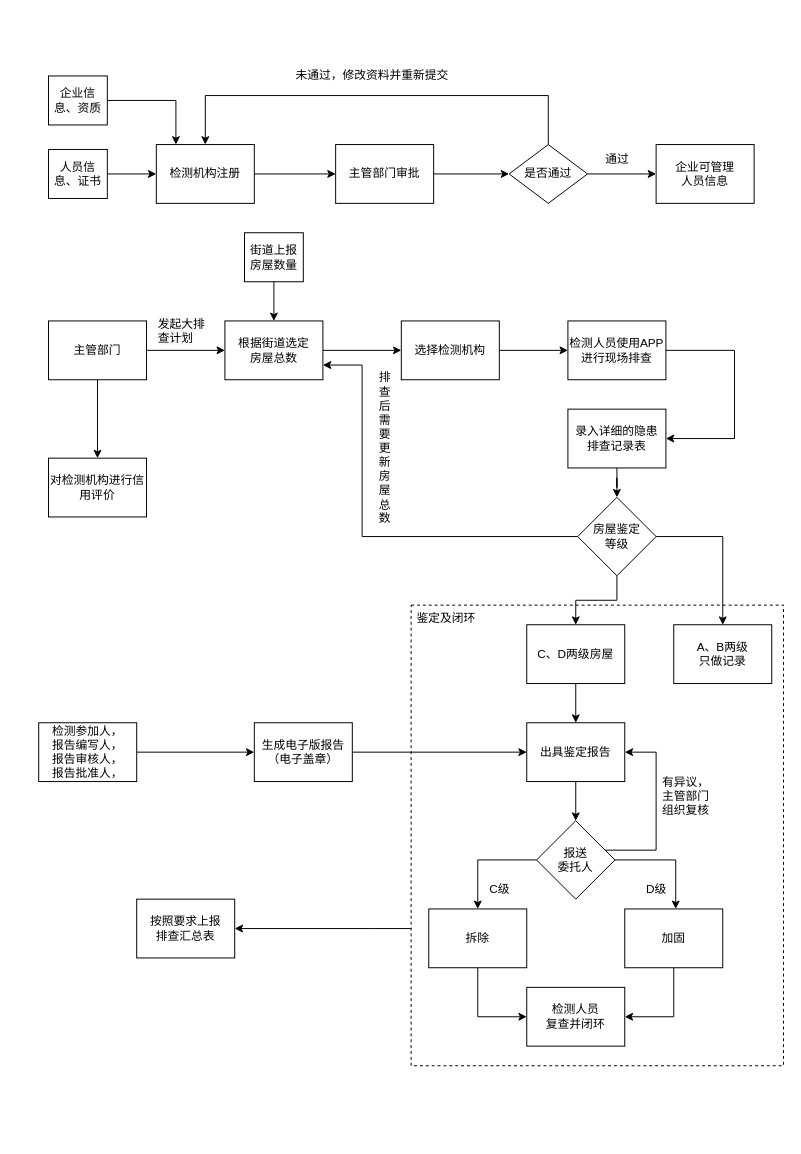
The draw.io diagram inspect/房屋安全鉴定管理系统.drawio in Napoleon1234/Draw, before the edit. Source tidied: cells renumbered, new cells numbered last; positions are measured from the earlier drawing's top-left corner, leaving out a move shared by most shapes. Both pictures are drawn from the tidied source at 98%, with x=0, y=0 at pixel (38, 66).
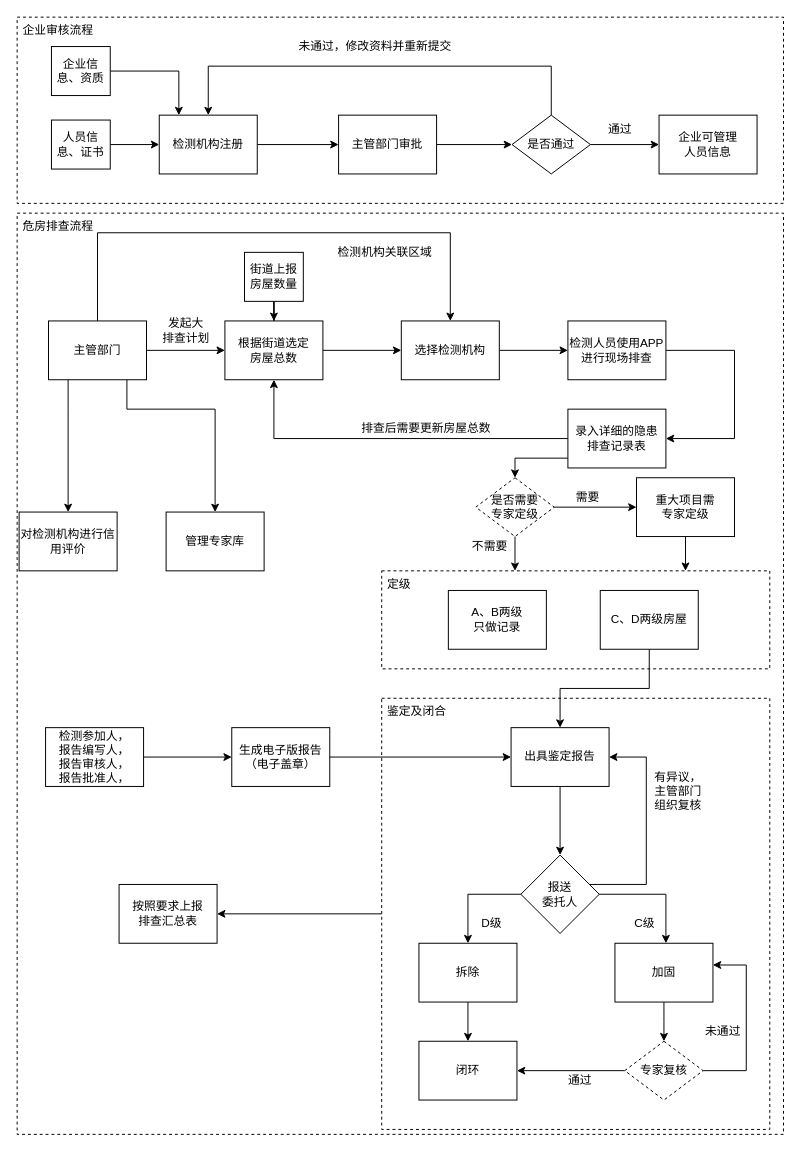
After the change.

Unchanged cells that the change refers to:
```xml
<mxCell id="18" value="主管部门" style="rounded=0;whiteSpace=wrap;html=1;" parent="1" vertex="1">
  <mxGeometry x="10" y="260" width="100" height="60" as="geometry" />
</mxCell>
<mxCell id="20" value="根据街道选定&lt;br&gt;房屋总数" style="rounded=0;whiteSpace=wrap;html=1;" parent="1" vertex="1">
  <mxGeometry x="190" y="260" width="100" height="60" as="geometry" />
</mxCell>
<mxCell id="24" value="选择检测机构" style="rounded=0;whiteSpace=wrap;html=1;" parent="1" vertex="1">
  <mxGeometry x="370" y="260" width="100" height="60" as="geometry" />
</mxCell>
<mxCell id="28" value="录入详细的隐患&lt;br&gt;排查记录表" style="rounded=0;whiteSpace=wrap;html=1;" parent="1" vertex="1">
  <mxGeometry x="540" y="350" width="100" height="60" as="geometry" />
</mxCell>
```

Change to the diagram source:
```diff
@@
     <mxCell id="3" value="检测机构注册" style="rounded=0;whiteSpace=wrap;html=1;" parent="1" vertex="1">
-      <mxGeometry x="120" y="80" width="100" height="60" as="geometry" />
+      <mxGeometry x="123" y="50" width="100" height="60" as="geometry" />
     </mxCell>
     <mxCell id="4" style="edgeStyle=orthogonalEdgeStyle;rounded=0;jettySize=auto;html=1;" parent="1" edge="1" source="5" target="3">
       <mxGeometry relative="1" as="geometry">
         <Array as="points">
-          <mxPoint x="140" y="35" />
+          <mxPoint x="143" y="5" />
         </Array>
       </mxGeometry>
     </mxCell>
     <mxCell id="5" value="企业信息、资质" style="rounded=0;whiteSpace=wrap;html=1;" parent="1" vertex="1">
-      <mxGeometry x="10" y="10" width="60" height="50" as="geometry" />
+      <mxGeometry x="13" y="-20" width="60" height="50" as="geometry" />
     </mxCell>
@@
     <mxCell id="7" value="人员信息、证书" style="rounded=0;whiteSpace=wrap;html=1;" parent="1" vertex="1">
-      <mxGeometry x="10" y="85" width="60" height="50" as="geometry" />
+      <mxGeometry x="13" y="55" width="60" height="50" as="geometry" />
     </mxCell>
@@
     <mxCell id="9" value="主管部门审批" style="rounded=0;whiteSpace=wrap;html=1;" parent="1" vertex="1">
-      <mxGeometry x="303" y="80" width="100" height="60" as="geometry" />
+      <mxGeometry x="306" y="50" width="100" height="60" as="geometry" />
     </mxCell>
     <mxCell id="10" style="edgeStyle=orthogonalEdgeStyle;rounded=0;jettySize=auto;html=1;entryX=0.5;entryY=0;entryDx=0;entryDy=0;" parent="1" edge="1" source="12" target="3">
       <mxGeometry relative="1" as="geometry">
         <Array as="points">
-          <mxPoint x="520" y="30" />
-          <mxPoint x="170" y="30" />
+          <mxPoint x="523" />
+          <mxPoint x="173" />
         </Array>
       </mxGeometry>
     </mxCell>
@@
     <mxCell id="12" value="是否通过" style="rhombus;whiteSpace=wrap;html=1;" parent="1" vertex="1">
-      <mxGeometry x="480" y="80" width="80" height="60" as="geometry" />
+      <mxGeometry x="483" y="50" width="80" height="60" as="geometry" />
     </mxCell>
     <mxCell id="13" value="未通过，修改资料并重新提交" style="text;html=1;align=center;verticalAlign=middle;fillColor=none;strokeColor=none;rounded=0;" parent="1" vertex="1">
-      <mxGeometry x="255" width="170" height="20" as="geometry" />
+      <mxGeometry x="258" y="-30" width="170" height="20" as="geometry" />
     </mxCell>
     <mxCell id="14" value="企业可管理&lt;br&gt;人员信息" style="rounded=0;whiteSpace=wrap;html=1;" parent="1" vertex="1">
-      <mxGeometry x="630" y="80" width="100" height="60" as="geometry" />
+      <mxGeometry x="633" y="50" width="100" height="60" as="geometry" />
     </mxCell>
     <mxCell id="15" value="通过" style="text;html=1;align=center;verticalAlign=middle;fillColor=none;strokeColor=none;rounded=0;" parent="1" vertex="1">
-      <mxGeometry x="570" y="85" width="40" height="20" as="geometry" />
+      <mxGeometry x="573" y="55" width="40" height="20" as="geometry" />
     </mxCell>
@@
     <mxCell id="17" style="edgeStyle=orthogonalEdgeStyle;rounded=0;jettySize=auto;html=1;" parent="1" edge="1" source="18" target="54">
-      <mxGeometry relative="1" as="geometry" />
+      <mxGeometry relative="1" as="geometry">
+        <Array as="points">
+          <mxPoint x="30" y="350" />
+          <mxPoint x="30" y="350" />
+        </Array>
+      </mxGeometry>
     </mxCell>
+    <mxCell id="60" style="edgeStyle=orthogonalEdgeStyle;rounded=0;jettySize=auto;html=1;entryX=0.5;entryY=0;entryDx=0;entryDy=0;" parent="1" edge="1" source="18" target="65">
+      <mxGeometry relative="1" as="geometry">
+        <Array as="points">
+          <mxPoint x="90" y="350" />
+          <mxPoint x="180" y="350" />
+        </Array>
+      </mxGeometry>
+    </mxCell>
+    <mxCell id="61" style="edgeStyle=orthogonalEdgeStyle;rounded=0;jettySize=auto;html=1;entryX=0.5;entryY=0;entryDx=0;entryDy=0;" parent="1" edge="1" source="18" target="24">
+      <mxGeometry relative="1" as="geometry">
+        <Array as="points">
+          <mxPoint x="60" y="170" />
+          <mxPoint x="420" y="170" />
+        </Array>
+      </mxGeometry>
+    </mxCell>
@@
     <mxCell id="22" value="街道上报房屋数量" style="rounded=0;whiteSpace=wrap;html=1;" parent="1" vertex="1">
-      <mxGeometry x="210" y="170" width="60" height="50" as="geometry" />
+      <mxGeometry x="210" y="190" width="60" height="50" as="geometry" />
     </mxCell>
@@
-    <mxCell id="27" style="edgeStyle=orthogonalEdgeStyle;rounded=0;jettySize=auto;html=1;" parent="1" edge="1" source="28" target="32">
-      <mxGeometry relative="1" as="geometry" />
-    </mxCell>
+    <mxCell id="62" style="edgeStyle=orthogonalEdgeStyle;rounded=0;jettySize=auto;html=1;entryX=0.5;entryY=1;entryDx=0;entryDy=0;" parent="1" edge="1" source="28" target="20">
+      <mxGeometry relative="1" as="geometry" />
+    </mxCell>
+    <mxCell id="63" style="edgeStyle=orthogonalEdgeStyle;rounded=0;jettySize=auto;html=1;entryX=0.5;entryY=0;entryDx=0;entryDy=0;" parent="1" edge="1" source="28" target="76">
+      <mxGeometry relative="1" as="geometry">
+        <Array as="points">
+          <mxPoint x="486" y="400" />
+        </Array>
+      </mxGeometry>
+    </mxCell>
@@
-    <mxCell id="29" style="edgeStyle=orthogonalEdgeStyle;rounded=0;jettySize=auto;html=1;" parent="1" edge="1" source="32" target="33">
-      <mxGeometry relative="1" as="geometry" />
-    </mxCell>
-    <mxCell id="30" style="edgeStyle=orthogonalEdgeStyle;rounded=0;jettySize=auto;html=1;entryX=1;entryY=0.75;entryDx=0;entryDy=0;" parent="1" edge="1" source="32" target="20">
-      <mxGeometry relative="1" as="geometry">
-        <Array as="points">
-          <mxPoint x="330" y="480" />
-          <mxPoint x="330" y="305" />
-        </Array>
-      </mxGeometry>
-    </mxCell>
-    <mxCell id="31" style="edgeStyle=orthogonalEdgeStyle;rounded=0;jettySize=auto;html=1;entryX=0.5;entryY=0;entryDx=0;entryDy=0;" parent="1" edge="1" source="32" target="35">
-      <mxGeometry relative="1" as="geometry" />
-    </mxCell>
-    <mxCell id="32" value="房屋鉴定&lt;br&gt;等级" style="rhombus;whiteSpace=wrap;html=1;" parent="1" vertex="1">
-      <mxGeometry x="550" y="440" width="80" height="80" as="geometry" />
-    </mxCell>
     <mxCell id="33" value="A、B两级&lt;br&gt;只做记录" style="rounded=0;whiteSpace=wrap;html=1;" parent="1" vertex="1">
-      <mxGeometry x="648" y="570" width="100" height="60" as="geometry" />
+      <mxGeometry x="418" y="535" width="100" height="60" as="geometry" />
     </mxCell>
@@
     <mxCell id="35" value="C、D两级房屋" style="rounded=0;whiteSpace=wrap;html=1;" parent="1" vertex="1">
-      <mxGeometry x="498" y="570" width="100" height="60" as="geometry" />
+      <mxGeometry x="573" y="535" width="100" height="60" as="geometry" />
     </mxCell>
@@
     <mxCell id="37" value="出具鉴定报告" style="rounded=0;whiteSpace=wrap;html=1;" parent="1" vertex="1">
-      <mxGeometry x="498" y="670" width="100" height="60" as="geometry" />
+      <mxGeometry x="482" y="675" width="100" height="60" as="geometry" />
     </mxCell>
-    <mxCell id="38" style="edgeStyle=orthogonalEdgeStyle;rounded=0;jettySize=auto;html=1;entryX=0;entryY=0.5;entryDx=0;entryDy=0;" parent="1" edge="1" source="39" target="44">
+    <mxCell id="38" style="edgeStyle=orthogonalEdgeStyle;rounded=0;jettySize=auto;html=1;" parent="1" edge="1" source="39" target="44">
       <mxGeometry relative="1" as="geometry" />
     </mxCell>
     <mxCell id="39" value="拆除" style="rounded=0;whiteSpace=wrap;html=1;" parent="1" vertex="1">
-      <mxGeometry x="398" y="860" width="100" height="60" as="geometry" />
+      <mxGeometry x="388" y="895" width="100" height="60" as="geometry" />
     </mxCell>
-    <mxCell id="40" style="edgeStyle=orthogonalEdgeStyle;rounded=0;jettySize=auto;html=1;entryX=1;entryY=0.5;entryDx=0;entryDy=0;" parent="1" edge="1" source="41" target="44">
-      <mxGeometry relative="1" as="geometry" />
-    </mxCell>
+    <mxCell id="64" style="edgeStyle=orthogonalEdgeStyle;rounded=0;jettySize=auto;html=1;" parent="1" edge="1" source="41">
+      <mxGeometry relative="1" as="geometry">
+        <mxPoint x="638" y="995" as="targetPoint" />
+      </mxGeometry>
+    </mxCell>
     <mxCell id="41" value="加固" style="rounded=0;whiteSpace=wrap;html=1;" parent="1" vertex="1">
-      <mxGeometry x="598" y="860" width="100" height="60" as="geometry" />
+      <mxGeometry x="588" y="895" width="100" height="60" as="geometry" />
     </mxCell>
     <mxCell id="42" value="C级" style="text;html=1;align=center;verticalAlign=middle;fillColor=none;strokeColor=none;rounded=0;" parent="1" vertex="1">
-      <mxGeometry x="450" y="830" width="40" height="20" as="geometry" />
+      <mxGeometry x="598" y="865" width="40" height="20" as="geometry" />
     </mxCell>
     <mxCell id="43" value="D级" style="text;html=1;align=center;verticalAlign=middle;fillColor=none;strokeColor=none;rounded=0;" parent="1" vertex="1">
-      <mxGeometry x="610" y="830" width="40" height="20" as="geometry" />
+      <mxGeometry x="442" y="865" width="40" height="20" as="geometry" />
     </mxCell>
-    <mxCell id="44" value="检测人员&lt;br&gt;复查并闭环" style="rounded=0;whiteSpace=wrap;html=1;" parent="1" vertex="1">
-      <mxGeometry x="498" y="940" width="100" height="60" as="geometry" />
+    <mxCell id="44" value="闭环" style="rounded=0;whiteSpace=wrap;html=1;" parent="1" vertex="1">
+      <mxGeometry x="388" y="995" width="100" height="60" as="geometry" />
     </mxCell>
-    <mxCell id="45" value="排&lt;br&gt;查&lt;br&gt;后&lt;br&gt;需&lt;br&gt;要&lt;br&gt;更&lt;br&gt;新&lt;br&gt;房&lt;br&gt;屋&lt;br&gt;总&lt;br&gt;数" style="text;html=1;align=center;verticalAlign=middle;fillColor=none;strokeColor=none;rounded=0;rotation=0;" parent="1" vertex="1">
-      <mxGeometry x="338" y="310" width="30" height="160" as="geometry" />
+    <mxCell id="45" value="排查后需要更新房屋总数" style="text;html=1;align=center;verticalAlign=middle;fillColor=none;strokeColor=none;rounded=0;rotation=0;" parent="1" vertex="1">
+      <mxGeometry x="320" y="360" width="150" height="20" as="geometry" />
     </mxCell>
-    <mxCell id="46" style="edgeStyle=orthogonalEdgeStyle;rounded=0;jettySize=auto;html=1;" parent="1" edge="1" source="47" target="59">
-      <mxGeometry relative="1" as="geometry">
-        <Array as="points">
-          <mxPoint x="340" y="880" />
-          <mxPoint x="340" y="880" />
-        </Array>
-      </mxGeometry>
-    </mxCell>
-    <mxCell id="47" value="鉴定及闭环" style="text;strokeColor=default;fillColor=none;align=left;verticalAlign=top;spacingLeft=4;spacingRight=4;overflow=hidden;points=[[0,0.5],[1,0.5]];portConstraint=eastwest;dashed=1;" parent="1" vertex="1">
-      <mxGeometry x="380" y="550" width="380" height="470" as="geometry" />
+    <mxCell id="47" value="定级" style="text;strokeColor=default;fillColor=none;align=left;verticalAlign=top;spacingLeft=4;spacingRight=4;overflow=hidden;points=[[0,0.5],[1,0.5]];portConstraint=eastwest;dashed=1;" parent="1" vertex="1">
+      <mxGeometry x="350" y="515" width="396" height="100" as="geometry" />
     </mxCell>
     <mxCell id="48" style="edgeStyle=orthogonalEdgeStyle;rounded=0;jettySize=auto;html=1;entryX=1;entryY=0.5;entryDx=0;entryDy=0;" parent="1" edge="1" source="51" target="37">
       <mxGeometry relative="1" as="geometry">
         <Array as="points">
-          <mxPoint x="630" y="800" />
-          <mxPoint x="630" y="700" />
+          <mxPoint x="620" y="835" />
+          <mxPoint x="620" y="705" />
         </Array>
       </mxGeometry>
     </mxCell>
@@
     <mxCell id="50" style="edgeStyle=orthogonalEdgeStyle;rounded=0;jettySize=auto;html=1;" parent="1" edge="1" source="51" target="41">
       <mxGeometry relative="1" as="geometry">
         <Array as="points">
-          <mxPoint x="650" y="810" />
+          <mxPoint x="640" y="845" />
         </Array>
       </mxGeometry>
     </mxCell>
     <mxCell id="51" value="报送&lt;br&gt;委托人" style="rhombus;whiteSpace=wrap;html=1;" parent="1" vertex="1">
-      <mxGeometry x="508" y="770" width="80" height="80" as="geometry" />
+      <mxGeometry x="492" y="805" width="80" height="80" as="geometry" />
     </mxCell>
     <mxCell id="52" value="有异议，&lt;br&gt;主管部门&lt;br&gt;组织复核" style="text;html=1;align=center;verticalAlign=middle;fillColor=none;strokeColor=none;rounded=0;dashed=1;" parent="1" vertex="1">
-      <mxGeometry x="630" y="720" width="60" height="50" as="geometry" />
+      <mxGeometry x="622" y="715" width="60" height="50" as="geometry" />
     </mxCell>
-    <mxCell id="53" value="&lt;span style=&quot;color: rgb(0, 0, 0); font-family: Helvetica; font-size: 12px; font-style: normal; font-variant-ligatures: normal; font-variant-caps: normal; font-weight: 400; letter-spacing: normal; orphans: 2; text-align: center; text-indent: 0px; text-transform: none; widows: 2; word-spacing: 0px; -webkit-text-stroke-width: 0px; background-color: rgb(248, 249, 250); text-decoration-thickness: initial; text-decoration-style: initial; text-decoration-color: initial; float: none; display: inline !important;&quot;&gt;发起&lt;/span&gt;&lt;span style=&quot;color: rgb(0, 0, 0); font-family: Helvetica; font-size: 12px; font-style: normal; font-variant-ligatures: normal; font-variant-caps: normal; font-weight: 400; letter-spacing: normal; orphans: 2; text-align: center; text-indent: 0px; text-transform: none; widows: 2; word-spacing: 0px; -webkit-text-stroke-width: 0px; background-color: rgb(248, 249, 250); text-decoration-thickness: initial; text-decoration-style: initial; text-decoration-color: initial; float: none; display: inline !important;&quot;&gt;大排查计划&lt;/span&gt;" style="text;whiteSpace=wrap;html=1;" parent="1" vertex="1">
-      <mxGeometry x="120" y="250" width="60" height="40" as="geometry" />
-    </mxCell>
     <mxCell id="54" value="对检测机构进行信用评价" style="rounded=0;whiteSpace=wrap;html=1;" parent="1" vertex="1">
-      <mxGeometry x="10" y="400" width="100" height="60" as="geometry" />
+      <mxGeometry x="-20" y="455" width="100" height="60" as="geometry" />
     </mxCell>
@@
     <mxCell id="56" value="检测参加人，&lt;br&gt;报告编写人，&lt;br&gt;报告审核人，&lt;br&gt;报告批准人，" style="rounded=0;whiteSpace=wrap;html=1;" parent="1" vertex="1">
-      <mxGeometry y="670" width="100" height="60" as="geometry" />
+      <mxGeometry x="7" y="675" width="100" height="60" as="geometry" />
     </mxCell>
@@
     <mxCell id="58" value="生成电子版报告（电子盖章）" style="rounded=0;whiteSpace=wrap;html=1;" parent="1" vertex="1">
-      <mxGeometry x="220" y="670" width="100" height="60" as="geometry" />
+      <mxGeometry x="197" y="675" width="100" height="60" as="geometry" />
     </mxCell>
     <mxCell id="59" value="按照要求上报&lt;br&gt;排查汇总表" style="rounded=0;whiteSpace=wrap;html=1;" parent="1" vertex="1">
-      <mxGeometry x="100" y="850" width="100" height="60" as="geometry" />
+      <mxGeometry x="82" y="835" width="100" height="60" as="geometry" />
     </mxCell>
+    <mxCell id="65" value="管理专家库" style="rounded=0;whiteSpace=wrap;html=1;" parent="1" vertex="1">
+      <mxGeometry x="130" y="455" width="100" height="60" as="geometry" />
+    </mxCell>
+    <mxCell id="66" style="edgeStyle=orthogonalEdgeStyle;rounded=0;jettySize=auto;html=1;" parent="1" edge="1" source="67" target="47">
+      <mxGeometry relative="1" as="geometry">
+        <Array as="points">
+          <mxPoint x="660" y="510" />
+          <mxPoint x="660" y="510" />
+        </Array>
+      </mxGeometry>
+    </mxCell>
+    <mxCell id="67" value="重大项目需&lt;br&gt;专家定级" style="rounded=0;whiteSpace=wrap;html=1;" parent="1" vertex="1">
+      <mxGeometry x="610" y="420" width="100" height="60" as="geometry" />
+    </mxCell>
+    <mxCell id="68" style="edgeStyle=orthogonalEdgeStyle;rounded=0;jettySize=auto;html=1;" parent="1" edge="1" source="70" target="44">
+      <mxGeometry relative="1" as="geometry" />
+    </mxCell>
+    <mxCell id="69" style="edgeStyle=orthogonalEdgeStyle;rounded=0;jettySize=auto;html=1;entryX=0.999;entryY=0.37;entryDx=0;entryDy=0;entryPerimeter=0;" parent="1" edge="1" source="70" target="41">
+      <mxGeometry relative="1" as="geometry">
+        <Array as="points">
+          <mxPoint x="722" y="1025" />
+          <mxPoint x="722" y="917" />
+        </Array>
+      </mxGeometry>
+    </mxCell>
+    <mxCell id="70" value="专家复核" style="rhombus;whiteSpace=wrap;html=1;dashed=1;strokeColor=default;" parent="1" vertex="1">
+      <mxGeometry x="598" y="995" width="80" height="60" as="geometry" />
+    </mxCell>
+    <mxCell id="71" value="未通过" style="text;html=1;align=center;verticalAlign=middle;fillColor=none;strokeColor=none;rounded=0;dashed=1;" parent="1" vertex="1">
+      <mxGeometry x="673" y="975" width="50" height="20" as="geometry" />
+    </mxCell>
+    <mxCell id="72" value="通过" style="text;html=1;align=center;verticalAlign=middle;fillColor=none;strokeColor=none;rounded=0;dashed=1;" parent="1" vertex="1">
+      <mxGeometry x="532" y="1025" width="40" height="20" as="geometry" />
+    </mxCell>
+    <mxCell id="73" value="检测机构关联区域" style="text;html=1;align=center;verticalAlign=middle;fillColor=none;strokeColor=none;rounded=0;dashed=1;" parent="1" vertex="1">
+      <mxGeometry x="298" y="180" width="110" height="20" as="geometry" />
+    </mxCell>
+    <mxCell id="74" style="edgeStyle=orthogonalEdgeStyle;rounded=0;jettySize=auto;html=1;" parent="1" edge="1" source="76" target="67">
+      <mxGeometry relative="1" as="geometry" />
+    </mxCell>
+    <mxCell id="75" style="edgeStyle=orthogonalEdgeStyle;rounded=0;jettySize=auto;html=1;" parent="1" edge="1" source="76" target="47">
+      <mxGeometry relative="1" as="geometry">
+        <Array as="points">
+          <mxPoint x="486" y="510" />
+          <mxPoint x="486" y="510" />
+        </Array>
+      </mxGeometry>
+    </mxCell>
+    <mxCell id="76" value="是否需要&lt;br&gt;专家定级" style="rhombus;whiteSpace=wrap;html=1;dashed=1;strokeColor=default;" parent="1" vertex="1">
+      <mxGeometry x="446" y="420" width="80" height="60" as="geometry" />
+    </mxCell>
+    <mxCell id="77" value="需要" style="text;html=1;align=center;verticalAlign=middle;fillColor=none;strokeColor=none;rounded=0;dashed=1;" parent="1" vertex="1">
+      <mxGeometry x="540" y="430" width="40" height="20" as="geometry" />
+    </mxCell>
+    <mxCell id="78" value="不需要" style="text;html=1;align=center;verticalAlign=middle;fillColor=none;strokeColor=none;rounded=0;dashed=1;" parent="1" vertex="1">
+      <mxGeometry x="435" y="480" width="50" height="20" as="geometry" />
+    </mxCell>
+    <mxCell id="79" style="edgeStyle=orthogonalEdgeStyle;rounded=0;jettySize=auto;html=1;entryX=1;entryY=0.5;entryDx=0;entryDy=0;" parent="1" edge="1" source="80" target="59">
+      <mxGeometry relative="1" as="geometry" />
+    </mxCell>
+    <mxCell id="80" value="鉴定及闭合" style="text;strokeColor=default;fillColor=none;align=left;verticalAlign=top;spacingLeft=4;spacingRight=4;overflow=hidden;points=[[0,0.5],[1,0.5]];portConstraint=eastwest;dashed=1;" parent="1" vertex="1">
+      <mxGeometry x="350" y="645" width="396" height="440" as="geometry" />
+    </mxCell>
+    <mxCell id="81" value="&lt;span style=&quot;&quot;&gt;发起&lt;/span&gt;&lt;span style=&quot;&quot;&gt;大&lt;br&gt;排查计划&lt;/span&gt;" style="text;html=1;align=center;verticalAlign=middle;fillColor=none;strokeColor=none;rounded=0;dashed=1;" parent="1" vertex="1">
+      <mxGeometry x="120" y="255" width="60" height="30" as="geometry" />
+    </mxCell>
+    <mxCell id="82" value="企业审核流程" style="text;strokeColor=default;fillColor=none;align=left;verticalAlign=top;spacingLeft=4;spacingRight=4;overflow=hidden;dashed=1;" parent="1" vertex="1">
+      <mxGeometry x="-22" y="-50" width="782" height="190" as="geometry" />
+    </mxCell>
+    <mxCell id="83" value="危房排查流程" style="text;strokeColor=default;fillColor=none;align=left;verticalAlign=top;spacingLeft=4;spacingRight=4;overflow=hidden;dashed=1;" parent="1" vertex="1">
+      <mxGeometry x="-22" y="150" width="782" height="940" as="geometry" />
+    </mxCell>
```
